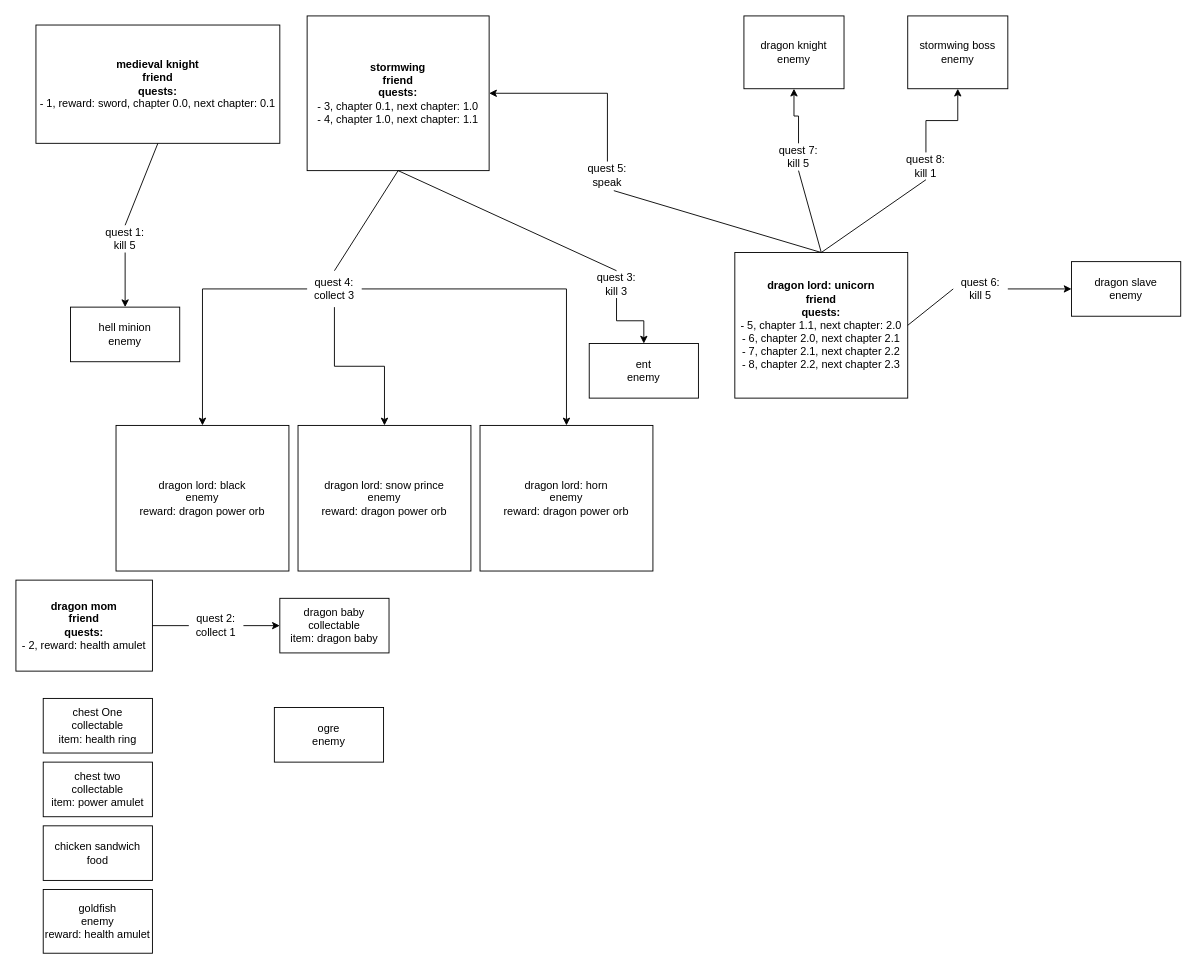
Earlier version of the draw.io diagram models.drawio (Juhi22/ArAdventure). Source tidied: cells renumbered, new cells numbered last; positions are measured from the earlier drawing's top-left corner, leaving out a move shared by most shapes. Both pictures are drawn from the tidied source at 91%, with x=0, y=0 at pixel (15, 15).
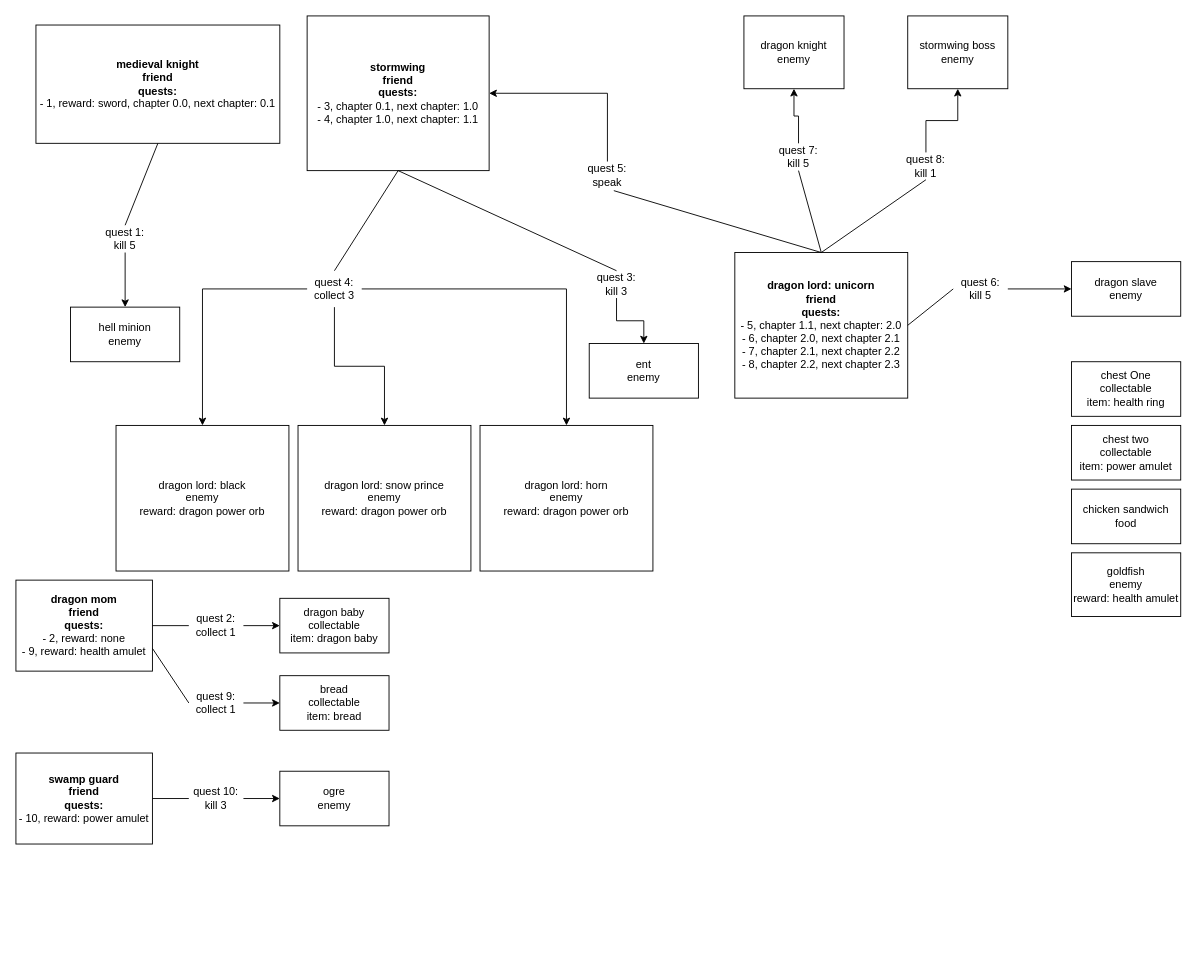
The same diagram, later.

The edit, as a diff of the source:
```diff
@@
     <mxCell id="6" value="goldfish&lt;div&gt;enemy&lt;/div&gt;&lt;div&gt;reward: health amulet&lt;/div&gt;" style="rounded=0;whiteSpace=wrap;html=1;" parent="1" vertex="1">
-      <mxGeometry x="30" y="960" width="120" height="70" as="geometry" />
+      <mxGeometry x="1160" y="590" width="120" height="70" as="geometry" />
     </mxCell>
@@
-    <mxCell id="8" value="&lt;b&gt;dragon mom&lt;/b&gt;&lt;div&gt;&lt;b&gt;friend&lt;/b&gt;&lt;/div&gt;&lt;div&gt;&lt;b&gt;quests:&lt;/b&gt;&lt;/div&gt;&lt;div&gt;- 2, reward: health amulet&lt;/div&gt;" style="rounded=0;whiteSpace=wrap;html=1;" parent="1" vertex="1">
+    <mxCell id="8" value="&lt;b&gt;dragon mom&lt;/b&gt;&lt;div&gt;&lt;b&gt;friend&lt;/b&gt;&lt;/div&gt;&lt;div&gt;&lt;b&gt;quests:&lt;/b&gt;&lt;/div&gt;&lt;div&gt;- 2, reward: none&lt;/div&gt;&lt;div&gt;- 9, reward: health amulet&lt;/div&gt;" style="rounded=0;whiteSpace=wrap;html=1;" parent="1" vertex="1">
       <mxGeometry y="620" width="150" height="100" as="geometry" />
     </mxCell>
@@
     <mxCell id="20" value="&lt;div&gt;chest two&lt;/div&gt;&lt;div&gt;collectable&lt;/div&gt;&lt;div&gt;item: power amulet&lt;/div&gt;" style="rounded=0;whiteSpace=wrap;html=1;" parent="1" vertex="1">
-      <mxGeometry x="30" y="820" width="120" height="60" as="geometry" />
+      <mxGeometry x="1160" y="450" width="120" height="60" as="geometry" />
     </mxCell>
     <mxCell id="21" value="chest One&lt;div&gt;collectable&lt;/div&gt;&lt;div&gt;item: health ring&lt;/div&gt;" style="rounded=0;whiteSpace=wrap;html=1;" parent="1" vertex="1">
-      <mxGeometry x="30" y="750" width="120" height="60" as="geometry" />
+      <mxGeometry x="1160" y="380" width="120" height="60" as="geometry" />
     </mxCell>
@@
-    <mxCell id="25" value="ogre&lt;div&gt;enemy&lt;/div&gt;" style="rounded=0;whiteSpace=wrap;html=1;" parent="1" vertex="1">
-      <mxGeometry x="284" y="760" width="120" height="60" as="geometry" />
-    </mxCell>
@@
     <mxCell id="27" value="chicken sandwich&lt;div&gt;food&lt;/div&gt;" style="rounded=0;whiteSpace=wrap;html=1;" parent="1" vertex="1">
-      <mxGeometry x="30" y="890" width="120" height="60" as="geometry" />
+      <mxGeometry x="1160" y="520" width="120" height="60" as="geometry" />
     </mxCell>
@@
+    <mxCell id="46" value="&lt;div&gt;bread&lt;/div&gt;&lt;div&gt;collectable&lt;/div&gt;&lt;div&gt;item: bread&lt;/div&gt;" style="rounded=0;whiteSpace=wrap;html=1;" parent="1" vertex="1">
+      <mxGeometry x="290" y="725" width="120" height="60" as="geometry" />
+    </mxCell>
+    <mxCell id="47" style="edgeStyle=orthogonalEdgeStyle;rounded=0;jettySize=auto;html=1;exitX=1;exitY=0.5;exitDx=0;exitDy=0;" parent="1" edge="1" source="48" target="46">
+      <mxGeometry relative="1" as="geometry" />
+    </mxCell>
+    <mxCell id="48" value="quest 9:&lt;div&gt;collect 1&lt;/div&gt;" style="text;html=1;align=center;verticalAlign=middle;whiteSpace=wrap;rounded=0;" parent="1" vertex="1">
+      <mxGeometry x="190" y="740" width="60" height="30" as="geometry" />
+    </mxCell>
+    <mxCell id="49" style="endArrow=none;html=1;rounded=0;entryX=1;entryY=0.75;entryDx=0;entryDy=0;exitX=0;exitY=0.5;exitDx=0;exitDy=0;" parent="1" edge="1" source="48" target="8">
+      <mxGeometry relative="1" as="geometry" />
+    </mxCell>
+    <mxCell id="50" value="&lt;b&gt;swamp guard&lt;/b&gt;&lt;div&gt;&lt;b&gt;friend&lt;/b&gt;&lt;/div&gt;&lt;div&gt;&lt;b&gt;quests:&lt;/b&gt;&lt;/div&gt;&lt;div&gt;- 10, reward: power amulet&lt;/div&gt;" style="rounded=0;whiteSpace=wrap;html=1;" parent="1" vertex="1">
+      <mxGeometry y="810" width="150" height="100" as="geometry" />
+    </mxCell>
+    <mxCell id="25" value="ogre&lt;div&gt;enemy&lt;/div&gt;" style="rounded=0;whiteSpace=wrap;html=1;" parent="1" vertex="1">
+      <mxGeometry x="290" y="830" width="120" height="60" as="geometry" />
+    </mxCell>
+    <mxCell id="51" style="edgeStyle=orthogonalEdgeStyle;rounded=0;jettySize=auto;html=1;exitX=1;exitY=0.5;exitDx=0;exitDy=0;" parent="1" edge="1" source="52" target="25">
+      <mxGeometry relative="1" as="geometry" />
+    </mxCell>
+    <mxCell id="52" value="quest 10:&lt;div&gt;kill 3&lt;/div&gt;" style="text;html=1;align=center;verticalAlign=middle;whiteSpace=wrap;rounded=0;" parent="1" vertex="1">
+      <mxGeometry x="190" y="845" width="60" height="30" as="geometry" />
+    </mxCell>
+    <mxCell id="53" style="endArrow=none;html=1;rounded=0;exitX=1;exitY=0.5;exitDx=0;exitDy=0;entryX=0;entryY=0.5;entryDx=0;entryDy=0;" parent="1" edge="1" source="50" target="52">
+      <mxGeometry relative="1" as="geometry" />
+    </mxCell>
```
